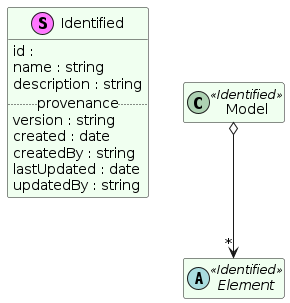
Before: out/img/imf-overview-model-versioning.png, a diagram exported from PlantUML (imf-lab/imf-ontology-semweb). Source of this version:
```plantuml
@startuml
hide empty members

skinparam class {
 BackgroundColor HoneyDew
 BackgroundColor<< RDL >> SeaShell
 BackgroundColor<< Type >> LightCyan
}



stereotype Identified {
 id :
 name : string
 description : string
.. provenance ..
 version : string
 created : date
 createdBy : string
 lastUpdated : date
 updatedBy : string
}

class Model << Identified >>
abstract class Element << Identified >>

Model o--> "*" Element
@enduml
```
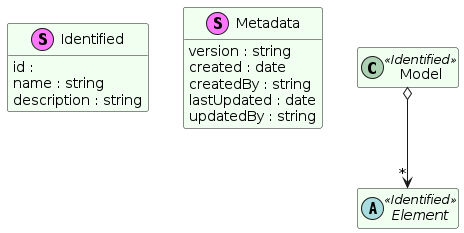
Above is the later version.

The edit, as a diff of the source:
```diff
@@ -13,7 +13,9 @@
  id :
  name : string
  description : string
-.. provenance ..
+}
+
+stereotype Metadata {
  version : string
  created : date
  createdBy : string
```
